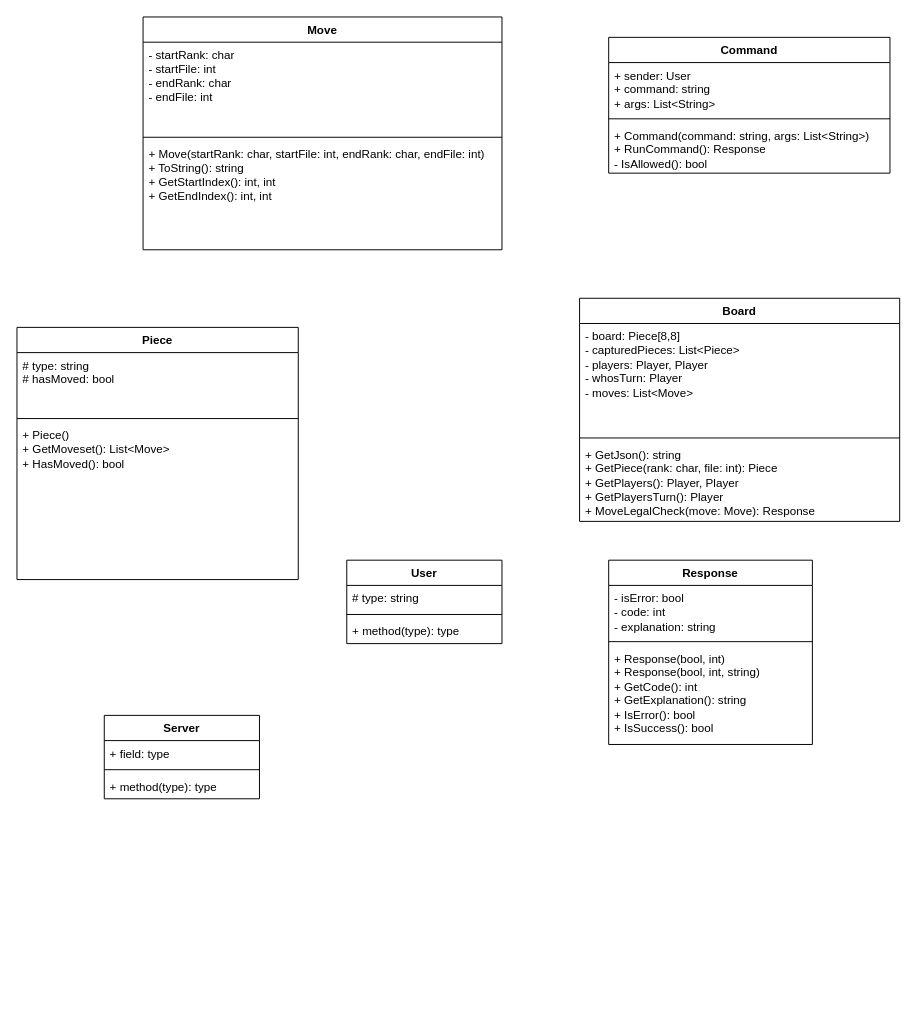
Earlier version of the draw.io diagram final/FinalProject/Server UML.drawio (noduh/CSE-210). Source tidied: cells renumbered, new cells numbered last; positions are measured from the earlier drawing's top-left corner, leaving out a move shared by most shapes. Both pictures are drawn from the tidied source at 97%, with x=0, y=0 at pixel (16, 16).
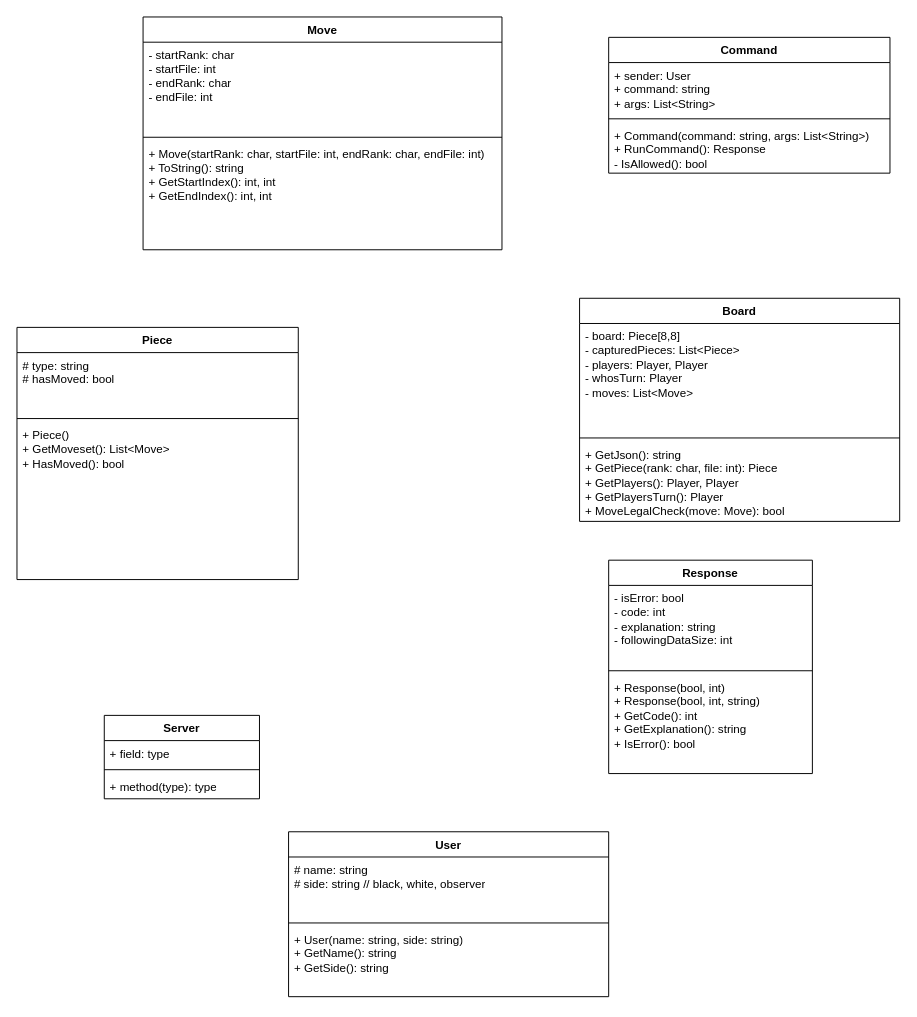
Above is the later version.

Unchanged cells that the change refers to:
```xml
<mxCell id="6" value="Board" style="swimlane;fontStyle=1;align=center;verticalAlign=top;horizontal=1;startSize=26;whiteSpace=wrap;html=1;" parent="1" vertex="1">
  <mxGeometry x="580" y="290" width="330" height="230" as="geometry" />
</mxCell>
```

Diff of the diagram source:
```diff
@@
-    <mxCell id="9" value="+ GetJson(): string&lt;div&gt;+ GetPiece(rank: char, file: int): Piece&lt;/div&gt;&lt;div&gt;+ GetPlayers(): Player, Player&lt;/div&gt;&lt;div&gt;+ GetPlayersTurn(): Player&lt;/div&gt;&lt;div&gt;+ MoveLegalCheck(move: Move): Response&lt;/div&gt;" style="text;strokeColor=none;fillColor=none;align=left;verticalAlign=top;spacingLeft=4;spacingRight=4;overflow=hidden;whiteSpace=wrap;html=1;" parent="6" vertex="1">
+    <mxCell id="9" value="+ GetJson(): string&lt;div&gt;+ GetPiece(rank: char, file: int): Piece&lt;/div&gt;&lt;div&gt;+ GetPlayers(): Player, Player&lt;/div&gt;&lt;div&gt;+ GetPlayersTurn(): Player&lt;/div&gt;&lt;div&gt;+ MoveLegalCheck(move: Move): bool&lt;/div&gt;" style="text;strokeColor=none;fillColor=none;align=left;verticalAlign=top;spacingLeft=4;spacingRight=4;overflow=hidden;whiteSpace=wrap;html=1;" parent="6" vertex="1">
       <mxGeometry y="148" width="330" height="82" as="geometry" />
     </mxCell>
@@
     <mxCell id="18" value="User" style="swimlane;fontStyle=1;align=center;verticalAlign=top;horizontal=1;startSize=26;whiteSpace=wrap;html=1;" parent="1" vertex="1">
-      <mxGeometry x="340" y="560" width="160" height="86" as="geometry" />
+      <mxGeometry x="280" y="840" width="330" height="170" as="geometry" />
     </mxCell>
-    <mxCell id="19" value="# type: string" style="text;strokeColor=none;fillColor=none;align=left;verticalAlign=top;spacingLeft=4;spacingRight=4;overflow=hidden;whiteSpace=wrap;html=1;" parent="18" vertex="1">
-      <mxGeometry y="26" width="160" height="26" as="geometry" />
+    <mxCell id="19" value="# name: string&lt;div&gt;# side: string // black, white, observer&lt;/div&gt;" style="text;strokeColor=none;fillColor=none;align=left;verticalAlign=top;spacingLeft=4;spacingRight=4;overflow=hidden;whiteSpace=wrap;html=1;" parent="18" vertex="1">
+      <mxGeometry y="26" width="330" height="64" as="geometry" />
     </mxCell>
     <mxCell id="20" style="line;strokeWidth=1;fillColor=none;align=left;verticalAlign=middle;spacingTop=-1;spacingLeft=3;spacingRight=3;labelPosition=right;strokeColor=inherit;" parent="18" vertex="1">
-      <mxGeometry y="52" width="160" height="8" as="geometry" />
+      <mxGeometry y="90" width="330" height="8" as="geometry" />
     </mxCell>
-    <mxCell id="21" value="+ method(type): type" style="text;strokeColor=none;fillColor=none;align=left;verticalAlign=top;spacingLeft=4;spacingRight=4;overflow=hidden;whiteSpace=wrap;html=1;" parent="18" vertex="1">
-      <mxGeometry y="60" width="160" height="26" as="geometry" />
+    <mxCell id="21" value="+ User(name: string, side: string)&lt;div&gt;+ GetName(): string&lt;/div&gt;&lt;div&gt;+ GetSide(): string&lt;/div&gt;" style="text;strokeColor=none;fillColor=none;align=left;verticalAlign=top;spacingLeft=4;spacingRight=4;overflow=hidden;whiteSpace=wrap;html=1;" parent="18" vertex="1">
+      <mxGeometry y="98" width="330" height="72" as="geometry" />
     </mxCell>
@@
     <mxCell id="26" value="Response" style="swimlane;fontStyle=1;align=center;verticalAlign=top;horizontal=1;startSize=26;whiteSpace=wrap;html=1;" parent="1" vertex="1">
-      <mxGeometry x="610" y="560" width="210" height="190" as="geometry" />
+      <mxGeometry x="610" y="560" width="210" height="220" as="geometry" />
     </mxCell>
-    <mxCell id="27" value="- isError: bool&lt;div&gt;- code: int&lt;br&gt;&lt;div&gt;- explanation: string&lt;/div&gt;&lt;/div&gt;" style="text;strokeColor=none;fillColor=none;align=left;verticalAlign=top;spacingLeft=4;spacingRight=4;overflow=hidden;whiteSpace=wrap;html=1;" parent="26" vertex="1">
-      <mxGeometry y="26" width="210" height="54" as="geometry" />
+    <mxCell id="27" value="- isError: bool&lt;div&gt;- code: int&lt;br&gt;&lt;div&gt;- explanation: string&lt;/div&gt;&lt;/div&gt;&lt;div&gt;- followingDataSize: int&lt;/div&gt;" style="text;strokeColor=none;fillColor=none;align=left;verticalAlign=top;spacingLeft=4;spacingRight=4;overflow=hidden;whiteSpace=wrap;html=1;" parent="26" vertex="1">
+      <mxGeometry y="26" width="210" height="84" as="geometry" />
     </mxCell>
     <mxCell id="28" style="line;strokeWidth=1;fillColor=none;align=left;verticalAlign=middle;spacingTop=-1;spacingLeft=3;spacingRight=3;labelPosition=right;strokeColor=inherit;" parent="26" vertex="1">
-      <mxGeometry y="80" width="210" height="8" as="geometry" />
+      <mxGeometry y="110" width="210" height="8" as="geometry" />
     </mxCell>
-    <mxCell id="29" value="+ Response(bool, int)&lt;div&gt;+ Response(bool, int, string)&lt;/div&gt;&lt;div&gt;+ GetCode(): int&lt;/div&gt;&lt;div&gt;+ GetExplanation(): string&lt;/div&gt;&lt;div&gt;+ IsError(): bool&lt;/div&gt;&lt;div&gt;+ IsSuccess(): bool&lt;/div&gt;" style="text;strokeColor=none;fillColor=none;align=left;verticalAlign=top;spacingLeft=4;spacingRight=4;overflow=hidden;whiteSpace=wrap;html=1;" parent="26" vertex="1">
-      <mxGeometry y="88" width="210" height="102" as="geometry" />
+    <mxCell id="29" value="+ Response(bool, int)&lt;div&gt;+ Response(bool, int, string)&lt;/div&gt;&lt;div&gt;+ GetCode(): int&lt;/div&gt;&lt;div&gt;+ GetExplanation(): string&lt;/div&gt;&lt;div&gt;+ IsError(): bool&lt;/div&gt;" style="text;strokeColor=none;fillColor=none;align=left;verticalAlign=top;spacingLeft=4;spacingRight=4;overflow=hidden;whiteSpace=wrap;html=1;" parent="26" vertex="1">
+      <mxGeometry y="118" width="210" height="102" as="geometry" />
     </mxCell>
```
